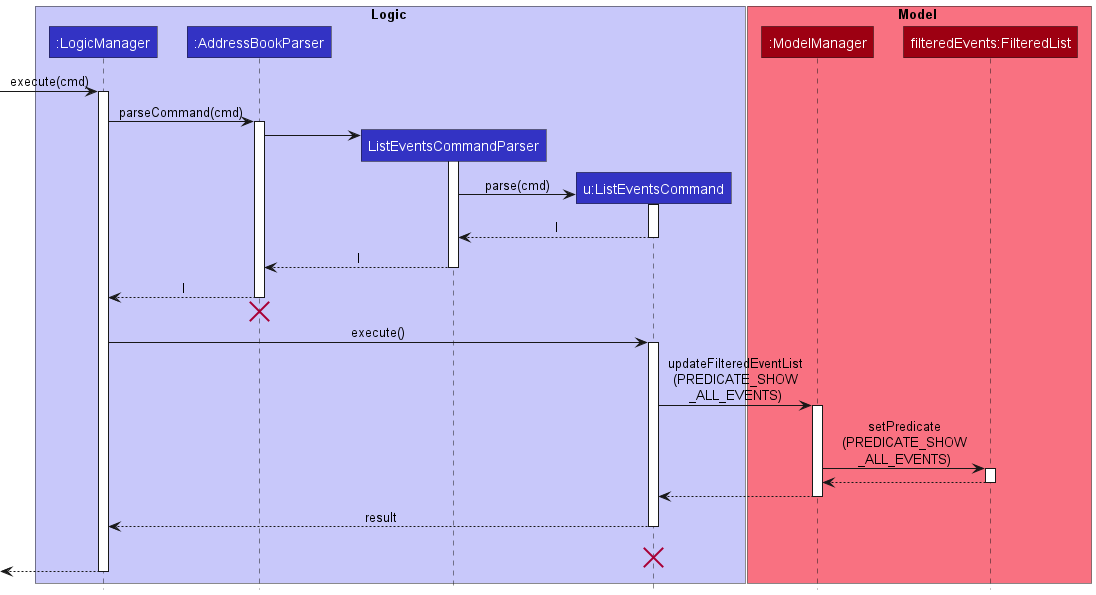
Above: docs/images/ListEventsSequenceDiagram.png in nus-cs2103-AY2223S1/tp (PlantUML), before the change.
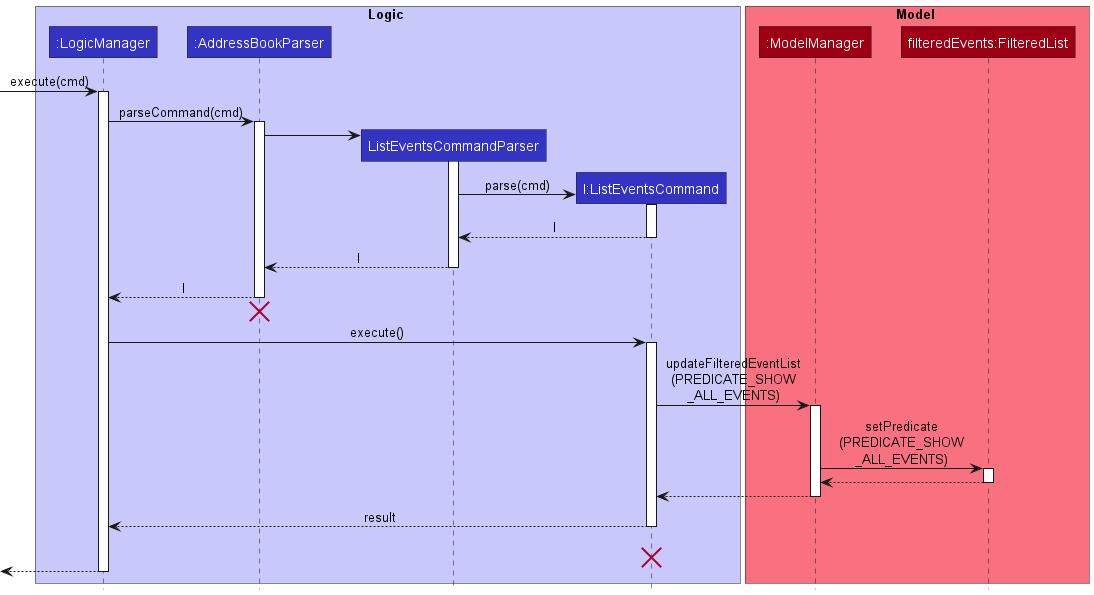
After the commit.

Commit message:
Tweaked diagram

The edit, as a diff of the source:
```diff
@@ -5,7 +5,7 @@
 participant ":LogicManager" as LogicManager LOGIC_COLOR
 participant ":AddressBookParser" as AddressBookParser LOGIC_COLOR
 participant "ListEventsCommandParser" as ListEventsCommandParser LOGIC_COLOR
-participant "u:ListEventsCommand" as ListEventsCommand LOGIC_COLOR
+participant "l:ListEventsCommand" as ListEventsCommand LOGIC_COLOR
 end box
 
 box Model MODEL_COLOR_T1
```
